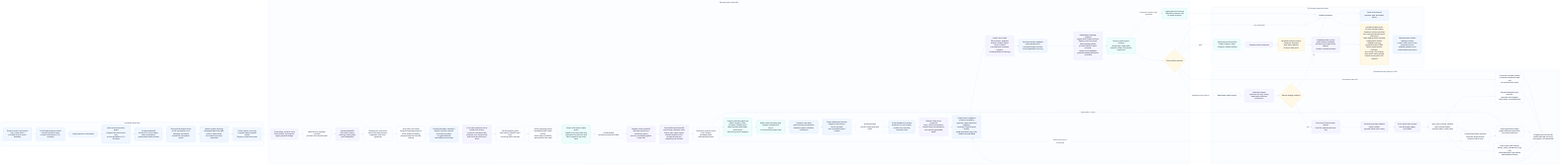
odylith/odylith keeps this Mermaid diagram as odylith/atlas/source/domain-intelligence-greenfield-governance.png. Above is the earlier version. Its source is kept beside it as odylith/atlas/source/domain-intelligence-greenfield-governance.mmd. Source of this version:
```mermaid
flowchart LR
    subgraph accepted_lane["Accepted intent lane"]
      direction TB
      visible_intent["Product Intent Confirmation<br/>story, state object,<br/>first path, actors, proof boundary"]
      confirmable_stdout["Confirmable propose stdout<br/>concrete product intent,<br/>no host instructions or CLI envelope"]
      confirm["Single operator confirmation"]
      source_guard["Intent source boundary guard<br/>Original user intent block only,<br/>no host guidance or CLI envelope"]
      confirmed_ir["ConfirmedIntentIR<br/>section IDs, source spans,<br/>hash, provenance,<br/>grammatical object phrases"]
      non_goal_owner["Non-goal derivation owner<br/>proof, assumption, and ambiguity exclusions<br/>outside the completion parent"]
      sparse_systems["Sparse system topology<br/>terse/generated rows gain proof or state owner,<br/>rich explicit rows stay unpadded"]
      public_system_copy["Public system-row copy<br/>compiler labels stripped before<br/>Registry component prose"]
    end

    subgraph standard_lane["Standard path under 60s"]
      direction TB
      apply_input["Typed apply-semantic input<br/>source paths, provenance,<br/>legacy proposal bridge"]
      compiler["Deterministic semantic compiler<br/>provider-free common path"]
      semantic_ir["SemanticModelIR<br/>first-path contract,<br/>ontology, event graph,<br/>proof obligations"]
      actor_role_owner["Shared actor-role owner<br/>role nouns feed recovery,<br/>fragments, and actor signatures"]
      actor_path_role["Actor path-role owner<br/>accepted-path descriptions,<br/>suffix-subject stripping,<br/>preposition/action-led role cleanup"]
      external_boundary["External boundary semantics<br/>explicit systems, inferred first-path boundary,<br/>or typed deferred manual/fixture boundary"]
      sequence_owner["First-path sequence owner<br/>modal actor chains,<br/>connector-led object tails,<br/>evidence noun compounds,<br/>distinctive terminal event terms"]
      subject_carry_guard["Carried-subject guard<br/>only explicit subjects seed carry<br/>for sibling action clauses"]
      result_language["Result-language owner<br/>quoted/bounded visible results,<br/>result-object modifiers,<br/>grammatical item order"]
      prose_shape_guard["Clause-local prose-shape guard<br/>shared actor-role heads only,<br/>valid gerund action lists and<br/>title-compound user roles pass"]
      artifact_plan["ArtifactPlanIR<br/>sanctioned projection fields"]
      release_scope["Release-scope classifier<br/>affirmative proof and evidence support<br/>survives unrelated negative scope tails"]
      canonical_facts["CanonicalProjectionFactIR<br/>source layer, semantic node,<br/>source path, repair owner,<br/>allowed projection IDs,<br/>sequence-step and supporting-tail variants"]
      projection_contract["Projection contract owner<br/>roots, aliases,<br/>envelope paths,<br/>affected projections"]
      projections["Context-starved projections<br/>Radar, Registry, Atlas,<br/>Compass, release proof<br/>Atlas terminal labels keep event terms<br/>before long result wrappers"]
      state_boundary_titles["Radar state-boundary titles<br/>compact review/action focus,<br/>no mechanical pronoun tails"]
      next_steps["Operator next steps<br/>governed start workstream,<br/>readiness gates, validation commands"]
      project_dashboard["Project dashboard preview<br/>fragment-safe source-launch prompts<br/>from accepted project context"]
      draft_set["ArtifactDraftSet<br/>human-visible governed drafts"]
      artifact_units["ArtifactQualityUnit stream<br/>projection id, source path,<br/>surface role, text kind,<br/>semantic node"]
      visible_actor_projection["Tribunal visible actor projection<br/>actor_source provenance,<br/>explicit many-hat allowance,<br/>role-specific generated labels"]
      validators["Deterministic validators<br/>schema, traceability,<br/>grammar, typed canonical repetition,<br/>topology, Project prompt quality,<br/>typed generated-copy units,<br/>clipped terminal labels"]
      expert_lenses["Expert-lens review<br/>PM, architect, engineer,<br/>domain reviewer typed owner contract<br/>coverage over accepted systems,<br/>including deferred topology"]
      persisted_readback["Persisted artifact readback<br/>create payload and accepted-project preview<br/>must agree before scoring"]
      evidence_readback["Independent package evidence<br/>project brief, Radar sections,<br/>Registry proof contracts,<br/>Atlas topology labels,<br/>prewrite safety, Project prompts,<br/>domain-term readback,<br/>guidance/catalog Markdown excluded"]
      typed_findings["Source-owned typed findings<br/>target layer, target path,<br/>semantic node, no proposal-repair lane"]
      legacy_blockers["Legacy/raw issue strings<br/>diagnostic blockers only,<br/>no repair authority"]
      final_manifest{"Final manifest passes?"}
    end

    subgraph rescue_lane["Bounded rescue path up to 90s"]
      direction TB
      repairable["Repairable typed findings"]
      patchset["PatchSet request<br/>operation ID, kind, owner,<br/>target path, affected projections"]
      rescue_budget{"Rescue budget remains?"}
      tribunal_planner["Structured Tribunal patch planner<br/>host fills replacement facts only"]
      provider_adapter["Reasoning provider adapter<br/>explicit model,<br/>ignored unsafe user config"]
      strict_schema["Strict patch-plan schema<br/>fact envelope, ledger,<br/>proof delta"]
      custody_check["Patch-plan custody validator<br/>reject moved targets,<br/>invented paths, empty facts"]
      semantic_apply["SemanticModelIR patch executor<br/>operation-kind targets,<br/>exact paths, scoped posture"]
      plan_apply["ArtifactPlanIR patch executor<br/>proposal-target reroute,<br/>projection facts only"]
      scope_ledger["Patch application ledger<br/>explicit affected projections,<br/>full-prewrite posture"]
      projection_rerender["Projection rerender finding<br/>corrupted rendered scope only<br/>no host semantic patch"]
      copy_repair["Exact-path draft cleanup<br/>artifact_draft_mechanical_copy only<br/>collected public-copy leaves,<br/>duplicate/tail cleanup"]
      rerender["Scoped prewrite rerender<br/>named package previews,<br/>same gates, no lowered bar"]
    end

    subgraph write_lane["Fail-closed governed writes"]
      direction TB
      writes["Governed records written<br/>Radar, Registry, Atlas,<br/>Compass, release artifacts"]
      rollback["Rollback snapshot"]
      blockers["Exact final blockers<br/>operator sees actionable failure"]
      proof_log["Compass proof checkpoint"]
      surface_custody["Rendered surface custody<br/>Casebook included,<br/>Atlas static fallback,<br/>browser state proof"]
      matrix_scorer["Hardened matrix scorer<br/>public artifact readback,<br/>browser proof required by default,<br/>runtime custody excluded"]
      release_matrix["Installed release proof<br/>13-case standard matrix,<br/>Casebook surface included,<br/>per-case generated browser state proof,<br/>Atlas diagram state checked,<br/>independent artifact readback scoring,<br/>persisted matrix JSON,<br/>failed-create blocker excerpts,<br/>strict temp-root cleanup,<br/>plus rescue wiring smoke<br/>natural rescue proof still required"]
      selected_case_leakage["Selected-case domain leakage custody<br/>custom matrix terms scan protected source,<br/>shipped guidance, and wheel before temp repos"]
    end

    visible_intent --> confirmable_stdout --> confirm --> source_guard --> confirmed_ir --> non_goal_owner --> sparse_systems --> public_system_copy
    public_system_copy --> apply_input --> compiler --> semantic_ir --> actor_role_owner --> actor_path_role --> external_boundary --> sequence_owner --> subject_carry_guard --> result_language --> prose_shape_guard --> artifact_plan --> release_scope --> canonical_facts --> projection_contract --> projections --> state_boundary_titles --> next_steps --> project_dashboard --> draft_set
    draft_set --> artifact_units --> visible_actor_projection --> validators --> expert_lenses --> persisted_readback --> evidence_readback --> typed_findings --> final_manifest
    typed_findings -- "untyped or legacy-only evidence" --> legacy_blockers --> rollback
    final_manifest -- "pass" --> writes --> proof_log --> surface_custody --> matrix_scorer --> release_matrix --> selected_case_leakage
    final_manifest -- "rendered scope drift" --> projection_rerender --> rerender
    final_manifest -- "repairable typed failure" --> repairable --> patchset --> rescue_budget
    rescue_budget -- "yes" --> tribunal_planner --> provider_adapter --> strict_schema --> custody_check
    custody_check --> semantic_apply
    custody_check --> plan_apply
    custody_check --> copy_repair
    projection_contract -. "sanctioned roots + envelopes" .-> plan_apply
    projection_contract -. "dependency scope" .-> scope_ledger
    semantic_apply --> rerender
    plan_apply --> scope_ledger --> rerender
    copy_repair --> rerender
    rerender --> validators
    rescue_budget -- "no" --> rollback --> blockers
    final_manifest -- "non-repairable" --> rollback
    rollback --> blockers

    classDef intent fill:#EFF6FF,stroke:#BFD7FE,color:#17233A,stroke-width:1.2px;
    classDef standard fill:#F8FAFC,stroke:#CBD5E1,color:#17233A,stroke-width:1.2px;
    classDef rescue fill:#FFF7ED,stroke:#FDBA74,color:#17233A,stroke-width:1.2px;
    classDef write fill:#F0FDF4,stroke:#86EFAC,color:#17233A,stroke-width:1.2px;
    class visible_intent,confirmable_stdout,confirm,source_guard,confirmed_ir,non_goal_owner,sparse_systems,public_system_copy intent;
    class apply_input,compiler,semantic_ir,actor_role_owner,actor_path_role,external_boundary,sequence_owner,subject_carry_guard,result_language,prose_shape_guard,artifact_plan,release_scope,canonical_facts,projection_contract,projections,state_boundary_titles,next_steps,project_dashboard,draft_set,artifact_units,visible_actor_projection,validators,expert_lenses,persisted_readback,evidence_readback,typed_findings,legacy_blockers,final_manifest standard;
    class repairable,patchset,rescue_budget,tribunal_planner,provider_adapter,strict_schema,custody_check,semantic_apply,plan_apply,scope_ledger,projection_rerender,copy_repair,rerender rescue;
    class writes,rollback,blockers,proof_log,surface_custody,matrix_scorer,release_matrix,selected_case_leakage write;

    style accepted_lane fill:#FBFDFF,stroke:#BFD7FE,stroke-width:1px,color:#334155
    style standard_lane fill:#FBFDFF,stroke:#CBD5E1,stroke-width:1px,color:#334155
    style rescue_lane fill:#FFFBF5,stroke:#FDBA74,stroke-width:1px,color:#334155
    style write_lane fill:#F8FFF9,stroke:#86EFAC,stroke-width:1px,color:#334155
    linkStyle default stroke:#9FB2C8,stroke-width:1.25px
```
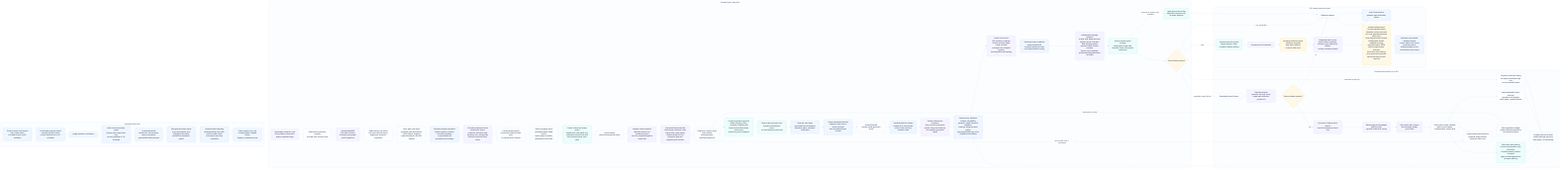
Above is the later version.

Change to the diagram source:
```diff
@@ -56,7 +56,7 @@
       plan_apply["ArtifactPlanIR patch executor<br/>proposal-target reroute,<br/>projection facts only"]
       scope_ledger["Patch application ledger<br/>explicit affected projections,<br/>full-prewrite posture"]
       projection_rerender["Projection rerender finding<br/>corrupted rendered scope only<br/>no host semantic patch"]
-      copy_repair["Exact-path draft cleanup<br/>artifact_draft_mechanical_copy only<br/>collected public-copy leaves,<br/>duplicate/tail cleanup"]
+      copy_repair["Exact-leaf draft cleanup<br/>source-owned public-copy leaf paths,<br/>Compass memory leaves included,<br/>legacy broad targets have no repair authority"]
       rerender["Scoped prewrite rerender<br/>named package previews,<br/>same gates, no lowered bar"]
     end
 
```
